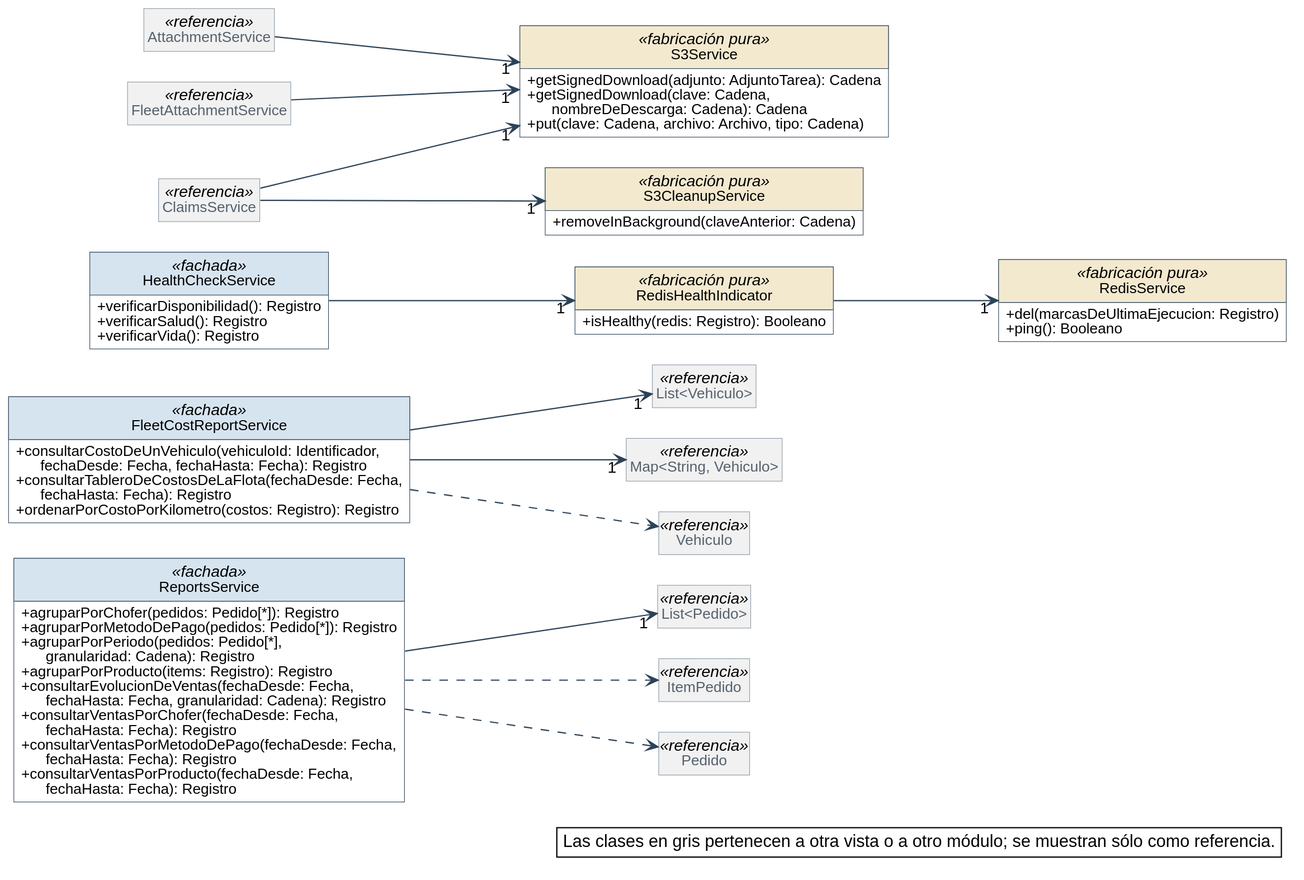
The PlantUML diagram diagramas/clases-diseno/DC_Mod_Soporte.svg in Nahuelito-Dev/splg-docs, before a commit.
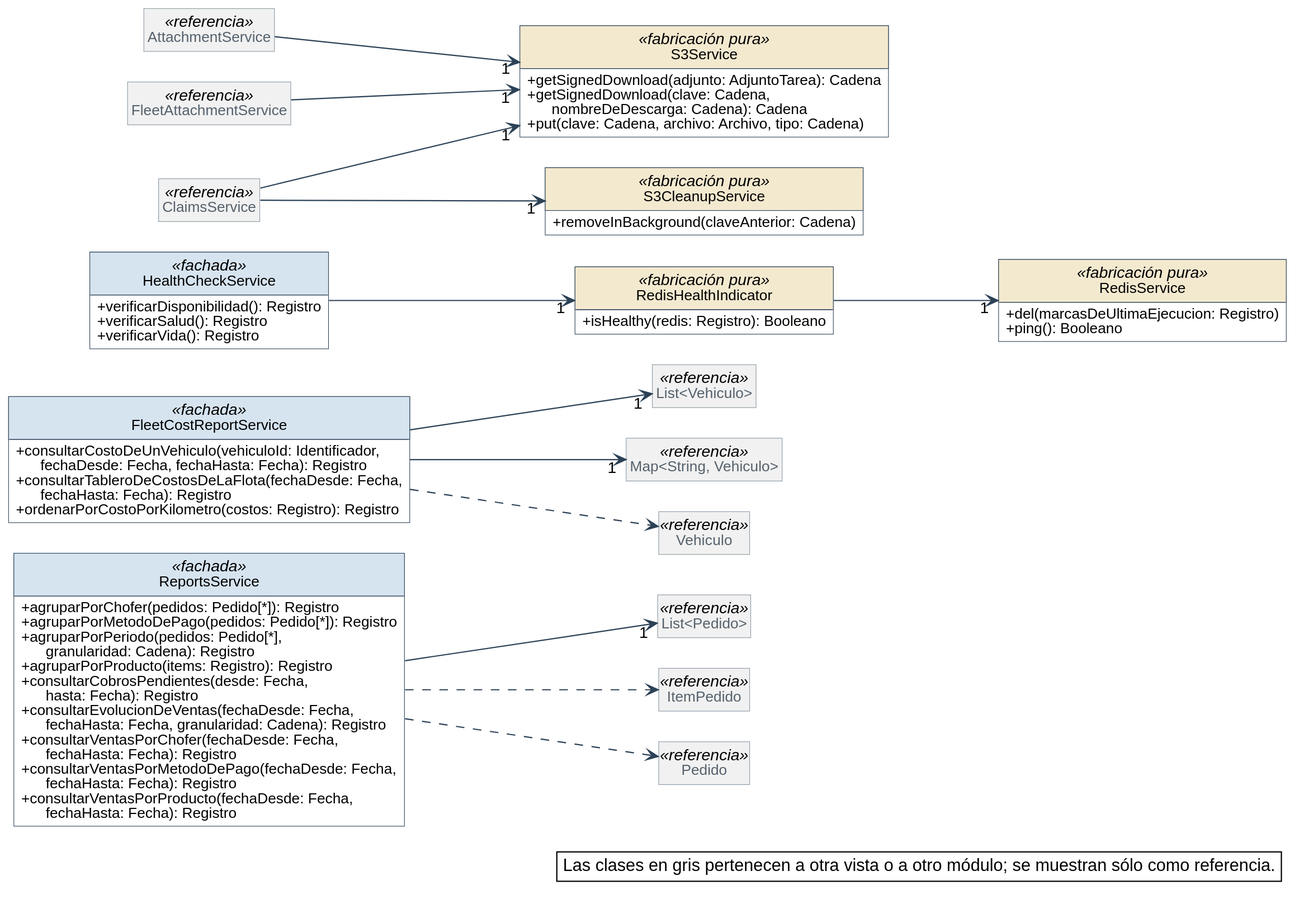
The same file after the commit.

Change to the diagram source:
```diff
@@ -65,6 +65,7 @@
   + agruparPorMetodoDePago(pedidos: Pedido[*]): Registro
   + agruparPorPeriodo(pedidos: Pedido[*],\n      granularidad: Cadena): Registro
   + agruparPorProducto(items: Registro): Registro
+  + consultarCobrosPendientes(desde: Fecha,\n      hasta: Fecha): Registro
   + consultarEvolucionDeVentas(fechaDesde: Fecha,\n      fechaHasta: Fecha, granularidad: Cadena): Registro
   + consultarVentasPorChofer(fechaDesde: Fecha,\n      fechaHasta: Fecha): Registro
   + consultarVentasPorMetodoDePago(fechaDesde: Fecha,\n      fechaHasta: Fecha): Registro
```
